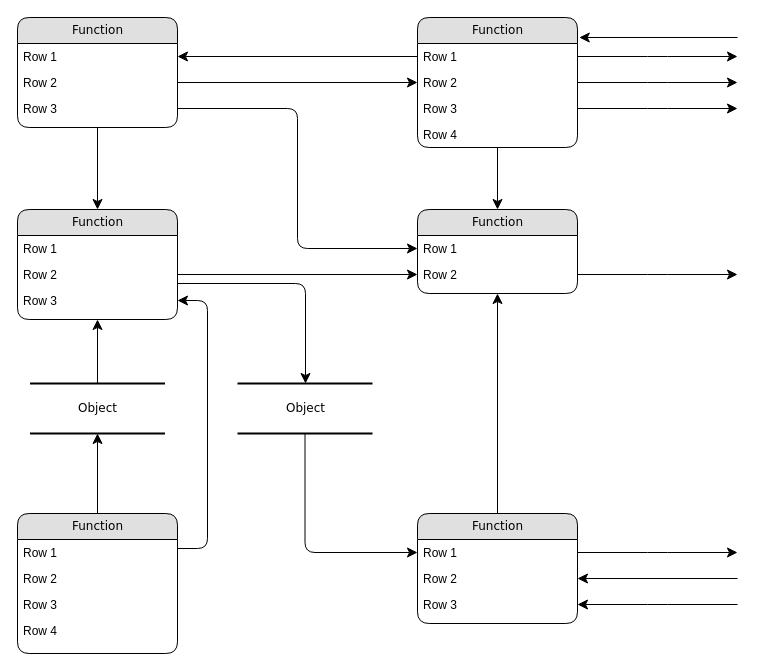
Above: Диаграмма без названия.drawio in AffectEngine/FeetFit (draw.io), before the change. Source tidied: cells renumbered, new cells numbered last; positions are measured from the earlier drawing's top-left corner, leaving out a move shared by most shapes. Both pictures are drawn from the tidied source at 100%, with x=0, y=0 at pixel (17, 17).
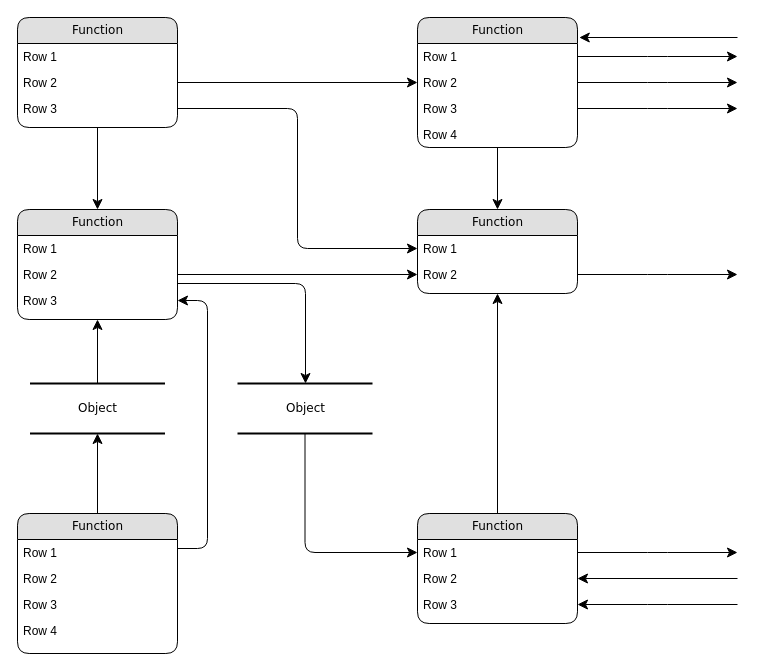
The same page after the edit.

Unchanged cells that the change refers to:
```xml
<mxCell id="4" value="Row 1" style="text;html=1;strokeColor=none;fillColor=none;spacingLeft=4;spacingRight=4;whiteSpace=wrap;overflow=hidden;points=[[0,0.5],[1,0.5]];portConstraint=eastwest;" parent="3" vertex="1">
  <mxGeometry y="26" width="160" height="26" as="geometry" />
</mxCell>
<mxCell id="8" value="Row 1" style="text;html=1;strokeColor=none;fillColor=none;spacingLeft=4;spacingRight=4;whiteSpace=wrap;overflow=hidden;points=[[0,0.5],[1,0.5]];portConstraint=eastwest;" parent="7" vertex="1">
  <mxGeometry y="26" width="160" height="26" as="geometry" />
</mxCell>
```

The edit, as a diff of the source:
```diff
@@
-    <mxCell id="38" style="edgeStyle=orthogonalEdgeStyle;html=1;exitX=0;exitY=0.5;entryX=1;entryY=0.5;labelBackgroundColor=none;startFill=0;startSize=8;endFill=1;endSize=8;fontFamily=Verdana;fontSize=12;" parent="1" edge="1" source="8" target="4">
-      <mxGeometry relative="1" as="geometry" />
-    </mxCell>
```
